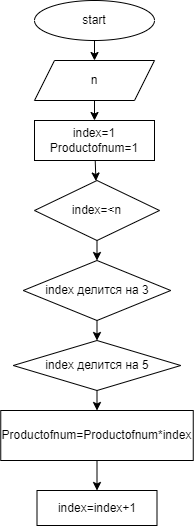
Above: task1.drawio.png in daria9408/daria9408 (draw.io), before the change. Source tidied: cells renumbered, new cells last; positions are measured from the earlier drawing's top-left corner, leaving out a move shared by most shapes.
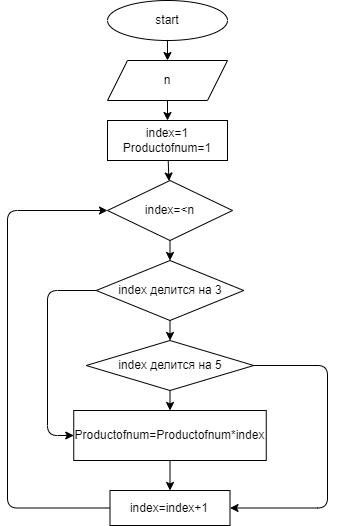
The same file after the commit.

Commit message:
добавлены стрелки связки

The edit, as a diff of the source:
```diff
@@ -29,12 +29,26 @@
     <mxCell id="10" style="edgeStyle=none;html=1;" parent="1" edge="1" source="11" target="13">
       <mxGeometry relative="1" as="geometry" />
     </mxCell>
+    <mxCell id="17" style="edgeStyle=elbowEdgeStyle;html=1;exitX=0;exitY=0.5;exitDx=0;exitDy=0;entryX=0;entryY=0.5;entryDx=0;entryDy=0;" parent="1" edge="1" source="11" target="15">
+      <mxGeometry relative="1" as="geometry">
+        <Array as="points">
+          <mxPoint x="-26" y="360" />
+        </Array>
+      </mxGeometry>
+    </mxCell>
     <mxCell id="11" value="index делится на 3" style="rhombus;whiteSpace=wrap;html=1;" parent="1" vertex="1">
       <mxGeometry x="22.8" y="260" width="147.5" height="60" as="geometry" />
     </mxCell>
     <mxCell id="12" style="edgeStyle=none;html=1;" parent="1" edge="1" source="13" target="15">
       <mxGeometry relative="1" as="geometry" />
     </mxCell>
+    <mxCell id="18" style="edgeStyle=elbowEdgeStyle;html=1;exitX=0.963;exitY=0.5;exitDx=0;exitDy=0;entryX=1;entryY=0.5;entryDx=0;entryDy=0;exitPerimeter=0;" parent="1" edge="1" source="13" target="16">
+      <mxGeometry relative="1" as="geometry">
+        <Array as="points">
+          <mxPoint x="254" y="440" />
+        </Array>
+      </mxGeometry>
+    </mxCell>
     <mxCell id="13" value="index делится на 5" style="rhombus;whiteSpace=wrap;html=1;" parent="1" vertex="1">
       <mxGeometry x="12.8" y="340" width="167.5" height="50" as="geometry" />
     </mxCell>
@@ -44,6 +58,13 @@
     <mxCell id="15" value="Productofnum=Productofnum*index" style="whiteSpace=wrap;html=1;" parent="1" vertex="1">
       <mxGeometry x="0.2" y="410" width="192.5" height="50" as="geometry" />
     </mxCell>
+    <mxCell id="19" style="edgeStyle=elbowEdgeStyle;html=1;exitX=0;exitY=0.5;exitDx=0;exitDy=0;entryX=0;entryY=0.5;entryDx=0;entryDy=0;" parent="1" edge="1" source="16" target="9">
+      <mxGeometry relative="1" as="geometry">
+        <Array as="points">
+          <mxPoint x="-66" y="360" />
+        </Array>
+      </mxGeometry>
+    </mxCell>
     <mxCell id="16" value="index=index+1" style="whiteSpace=wrap;html=1;" parent="1" vertex="1">
       <mxGeometry x="36.5" y="490" width="120" height="35" as="geometry" />
     </mxCell>
```
